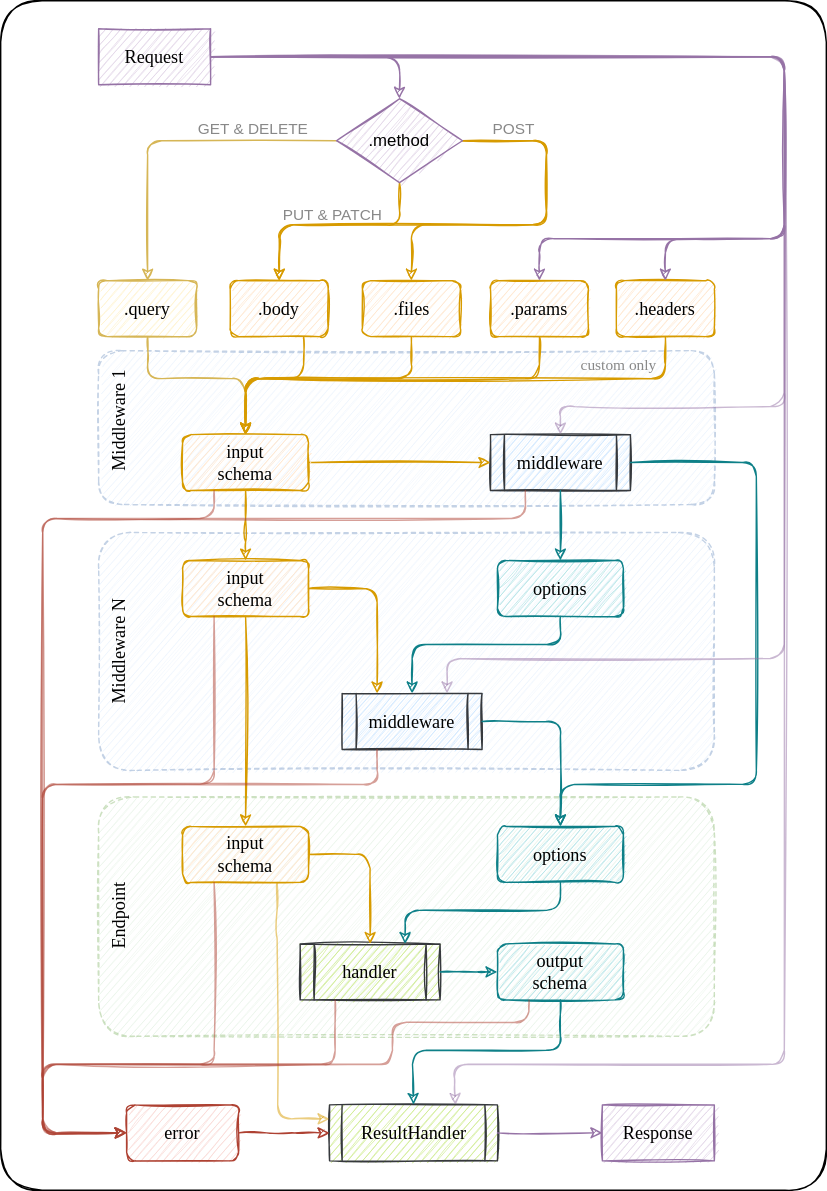
RobinTail/express-zod-api keeps this draw.io diagram as dataflow.svg. Above is the earlier version. Source tidied: cells renumbered, new cells last; positions are measured from the earlier drawing's top-left corner, leaving out a move shared by most shapes.
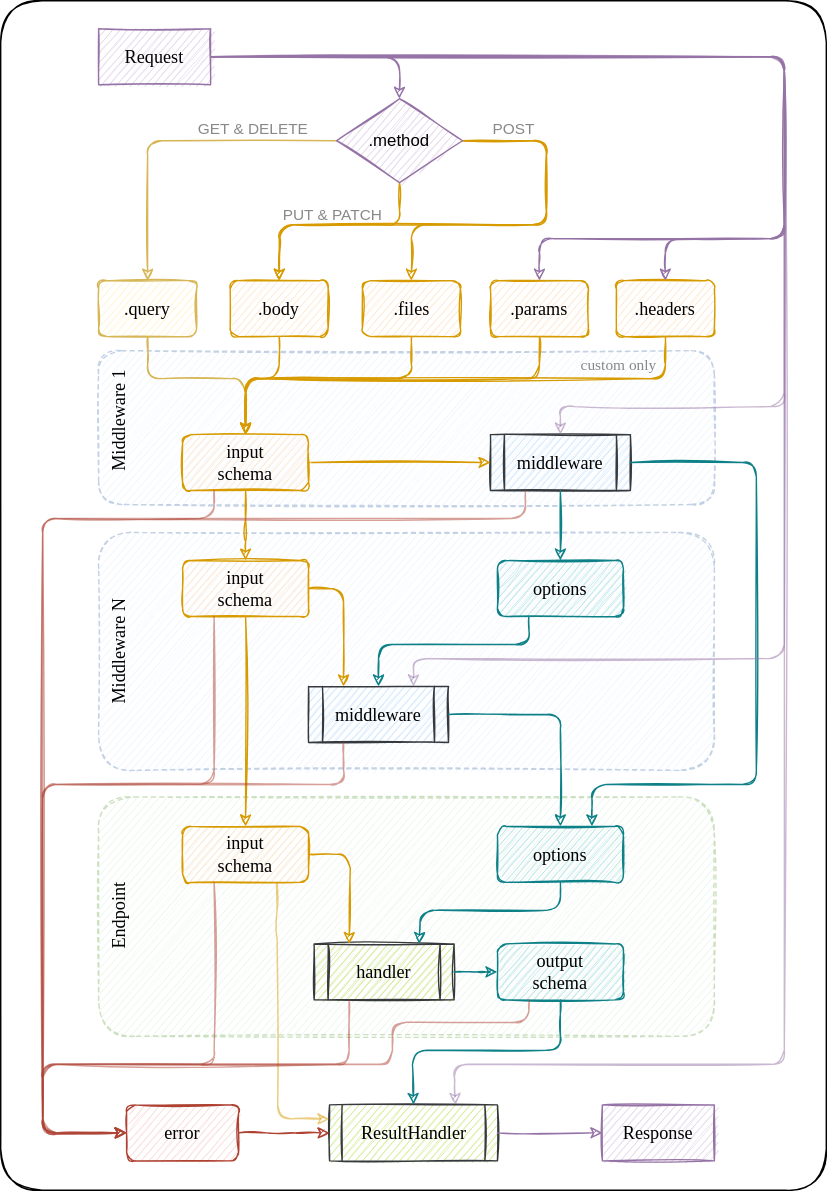
Above is the later version.

Commit message:
Fixing arrangement on the diagram

The edit, as a diff of the source:
```diff
@@ -18,7 +18,7 @@
       <mxGeometry x="285" y="105" width="90" height="40" as="geometry" />
     </mxCell>
     <mxCell id="7" value="handler" style="shape=process;backgroundOutline=1;fillColor=#cdeb8b;strokeColor=#36393d;sketch=1;fontFamily=Tahoma;fontStyle=0;fontSize=13;spacingTop=0;spacing=2;html=1;whiteSpace=wrap;labelBackgroundColor=none;disableMultiStroke=0;disableMultiStrokeFill=0;sketchStyle=rough;spacingBottom=0;" parent="3" vertex="1">
-      <mxGeometry x="144" y="105" width="100" height="40" as="geometry" />
+      <mxGeometry x="154" y="105" width="100" height="40" as="geometry" />
     </mxCell>
     <mxCell id="8" style="endArrow=classic;jumpStyle=none;orthogonal=0;comic=0;rounded=1;edgeStyle=orthogonalEdgeStyle;exitX=1;exitY=0.5;exitDx=0;exitDy=0;entryX=0;entryY=0.5;entryDx=0;entryDy=0;fillColor=#b0e3e6;strokeColor=#0e8088;sketch=1;fontFamily=Tahoma;fontStyle=0;fontSize=13;spacingTop=0;spacing=2;html=1;labelBackgroundColor=none;disableMultiStroke=0;disableMultiStrokeFill=0;sketchStyle=rough;spacingBottom=0;" parent="3" edge="1" source="7" target="6">
       <mxGeometry relative="1" as="geometry">
@@ -28,10 +28,10 @@
         </Array>
       </mxGeometry>
     </mxCell>
-    <mxCell id="9" style="endArrow=classic;jumpStyle=none;orthogonal=0;comic=0;rounded=1;edgeStyle=orthogonalEdgeStyle;exitX=1;exitY=0.5;exitDx=0;exitDy=0;fillColor=#ffe6cc;strokeColor=#d79b00;entryX=0.5;entryY=0;entryDx=0;entryDy=0;sketch=1;fontFamily=Tahoma;fontStyle=0;fontSize=13;spacingTop=0;spacing=2;html=1;labelBackgroundColor=none;disableMultiStroke=0;disableMultiStrokeFill=0;sketchStyle=rough;spacingBottom=0;" parent="3" edge="1" source="5" target="7">
+    <mxCell id="9" style="endArrow=classic;jumpStyle=none;orthogonal=0;comic=0;rounded=1;edgeStyle=orthogonalEdgeStyle;exitX=1;exitY=0.5;exitDx=0;exitDy=0;fillColor=#ffe6cc;strokeColor=#d79b00;entryX=0.25;entryY=0;entryDx=0;entryDy=0;sketch=1;fontFamily=Tahoma;fontStyle=0;fontSize=13;spacingTop=0;spacing=2;html=1;labelBackgroundColor=none;disableMultiStroke=0;disableMultiStrokeFill=0;sketchStyle=rough;spacingBottom=0;" parent="3" edge="1" source="5" target="7">
       <mxGeometry relative="1" as="geometry">
         <Array as="points">
-          <mxPoint x="194" y="41" />
+          <mxPoint x="180" y="41" />
         </Array>
       </mxGeometry>
     </mxCell>
@@ -39,7 +39,7 @@
       <mxGeometry relative="1" as="geometry">
         <Array as="points">
           <mxPoint x="330" y="81" />
-          <mxPoint x="219" y="81" />
+          <mxPoint x="230" y="81" />
         </Array>
       </mxGeometry>
     </mxCell>
@@ -50,13 +50,13 @@
       <mxGeometry x="285" y="20" width="90" height="40" as="geometry" />
     </mxCell>
     <mxCell id="13" value="middleware" style="shape=process;backgroundOutline=1;fillColor=#cce5ff;strokeColor=#36393d;sketch=1;fontFamily=Tahoma;fontStyle=0;fontSize=13;spacingTop=0;spacing=2;html=1;whiteSpace=wrap;labelBackgroundColor=none;disableMultiStroke=0;disableMultiStrokeFill=0;sketchStyle=rough;spacingBottom=0;" parent="11" vertex="1">
-      <mxGeometry x="174" y="115" width="100" height="40" as="geometry" />
+      <mxGeometry x="150" y="110" width="100" height="40" as="geometry" />
     </mxCell>
-    <mxCell id="14" style="endArrow=classic;jumpStyle=none;orthogonal=0;comic=0;rounded=1;edgeStyle=orthogonalEdgeStyle;exitX=0.5;exitY=1;exitDx=0;exitDy=0;entryX=0.5;entryY=0;entryDx=0;entryDy=0;fillColor=#b0e3e6;strokeColor=#0e8088;sketch=1;fontFamily=Tahoma;fontStyle=0;fontSize=13;spacingTop=0;spacing=2;html=1;labelBackgroundColor=none;disableMultiStroke=0;disableMultiStrokeFill=0;sketchStyle=rough;spacingBottom=0;" parent="11" edge="1" source="12" target="13">
+    <mxCell id="14" style="endArrow=classic;jumpStyle=none;orthogonal=0;comic=0;rounded=1;edgeStyle=orthogonalEdgeStyle;exitX=0.25;exitY=1;exitDx=0;exitDy=0;entryX=0.5;entryY=0;entryDx=0;entryDy=0;fillColor=#b0e3e6;strokeColor=#0e8088;sketch=1;fontFamily=Tahoma;fontStyle=0;fontSize=13;spacingTop=0;spacing=2;html=1;labelBackgroundColor=none;disableMultiStroke=0;disableMultiStrokeFill=0;sketchStyle=rough;spacingBottom=0;" parent="11" edge="1" source="12" target="13">
       <mxGeometry relative="1" as="geometry">
         <Array as="points">
-          <mxPoint x="330" y="80" />
-          <mxPoint x="224" y="80" />
+          <mxPoint x="308" y="80" />
+          <mxPoint x="200" y="80" />
         </Array>
       </mxGeometry>
     </mxCell>
@@ -66,7 +66,7 @@
     <mxCell id="16" style="endArrow=classic;jumpStyle=none;orthogonal=0;comic=0;rounded=1;edgeStyle=orthogonalEdgeStyle;exitX=1;exitY=0.5;exitDx=0;exitDy=0;fillColor=#ffe6cc;strokeColor=#d79b00;entryX=0.25;entryY=0;entryDx=0;entryDy=0;sketch=1;fontFamily=Tahoma;fontStyle=0;fontSize=13;spacingTop=0;spacing=2;html=1;labelBackgroundColor=none;disableMultiStroke=0;disableMultiStrokeFill=0;sketchStyle=rough;spacingBottom=0;" parent="11" edge="1" source="15" target="13">
       <mxGeometry relative="1" as="geometry">
         <Array as="points">
-          <mxPoint x="199" y="40" />
+          <mxPoint x="175" y="40" />
         </Array>
       </mxGeometry>
     </mxCell>
@@ -99,19 +99,19 @@
         </Array>
       </mxGeometry>
     </mxCell>
-    <mxCell id="25" style="endArrow=classic;jumpStyle=none;orthogonal=0;comic=0;rounded=1;edgeStyle=orthogonalEdgeStyle;exitX=1;exitY=0.5;exitDx=0;exitDy=0;fillColor=#b0e3e6;strokeColor=#0e8088;entryX=0.5;entryY=0;entryDx=0;entryDy=0;sketch=1;fontFamily=Tahoma;fontStyle=0;fontSize=13;spacingTop=0;spacing=2;html=1;labelBackgroundColor=none;disableMultiStroke=0;disableMultiStrokeFill=0;sketchStyle=rough;spacingBottom=0;" parent="1" edge="1" source="18" target="4">
+    <mxCell id="25" style="endArrow=classic;jumpStyle=none;orthogonal=0;comic=0;rounded=1;edgeStyle=orthogonalEdgeStyle;exitX=1;exitY=0.5;exitDx=0;exitDy=0;fillColor=#b0e3e6;strokeColor=#0e8088;entryX=0.75;entryY=0;entryDx=0;entryDy=0;sketch=1;fontFamily=Tahoma;fontStyle=0;fontSize=13;spacingTop=0;spacing=2;html=1;labelBackgroundColor=none;disableMultiStroke=0;disableMultiStrokeFill=0;sketchStyle=rough;spacingBottom=0;" parent="1" edge="1" source="18" target="4">
       <mxGeometry relative="1" as="geometry">
         <Array as="points">
           <mxPoint x="540" y="330" />
           <mxPoint x="540" y="560" />
-          <mxPoint x="400" y="560" />
+          <mxPoint x="423" y="560" />
         </Array>
       </mxGeometry>
     </mxCell>
     <mxCell id="26" style="endArrow=classic;jumpStyle=none;orthogonal=0;comic=0;rounded=1;edgeStyle=orthogonalEdgeStyle;fillColor=#b0e3e6;strokeColor=#0e8088;exitX=1;exitY=0.5;exitDx=0;exitDy=0;entryX=0.5;entryY=0;entryDx=0;entryDy=0;sketch=1;fontFamily=Tahoma;fontStyle=0;fontSize=13;spacingTop=0;spacing=2;html=1;labelBackgroundColor=none;disableMultiStroke=0;disableMultiStrokeFill=0;sketchStyle=rough;spacingBottom=0;" parent="1" edge="1" source="13" target="4">
       <mxGeometry relative="1" as="geometry">
         <Array as="points">
-          <mxPoint x="400" y="515" />
+          <mxPoint x="400" y="510" />
         </Array>
       </mxGeometry>
     </mxCell>
@@ -135,7 +135,7 @@
         <Array as="points">
           <mxPoint x="560" y="40" />
           <mxPoint x="560" y="470" />
-          <mxPoint x="319" y="470" />
+          <mxPoint x="295" y="470" />
         </Array>
       </mxGeometry>
     </mxCell>
@@ -196,16 +196,16 @@
     <mxCell id="40" style="endArrow=classic;jumpStyle=none;orthogonal=0;comic=0;rounded=1;edgeStyle=orthogonalEdgeStyle;exitX=0.25;exitY=1;exitDx=0;exitDy=0;fillColor=#fad9d5;strokeColor=#ae4132;entryX=0;entryY=0.5;entryDx=0;entryDy=0;sketch=1;opacity=50;fontFamily=Tahoma;fontStyle=0;fontSize=13;spacingTop=0;spacing=2;html=1;labelBackgroundColor=none;disableMultiStroke=0;disableMultiStrokeFill=0;sketchStyle=rough;spacingBottom=0;" parent="1" edge="1" source="13" target="37">
       <mxGeometry relative="1" as="geometry">
         <Array as="points">
-          <mxPoint x="269" y="560" />
+          <mxPoint x="245" y="560" />
           <mxPoint x="30" y="560" />
-          <mxPoint x="30" y="810" />
+          <mxPoint x="30" y="809" />
         </Array>
       </mxGeometry>
     </mxCell>
     <mxCell id="41" style="endArrow=classic;jumpStyle=none;orthogonal=0;comic=0;rounded=1;edgeStyle=orthogonalEdgeStyle;exitX=0.25;exitY=1;exitDx=0;exitDy=0;fillColor=#fad9d5;strokeColor=#ae4132;entryX=0;entryY=0.5;entryDx=0;entryDy=0;sketch=1;opacity=50;fontFamily=Tahoma;fontStyle=0;fontSize=13;spacingTop=0;spacing=2;html=1;labelBackgroundColor=none;disableMultiStroke=0;disableMultiStrokeFill=0;sketchStyle=rough;spacingBottom=0;" parent="1" edge="1" source="7" target="37">
       <mxGeometry relative="1" as="geometry">
         <Array as="points">
-          <mxPoint x="239" y="760" />
+          <mxPoint x="249" y="760" />
           <mxPoint x="30" y="760" />
           <mxPoint x="30" y="809" />
         </Array>
@@ -253,10 +253,10 @@
         </Array>
       </mxGeometry>
     </mxCell>
-    <mxCell id="48" style="endArrow=classic;jumpStyle=none;orthogonal=0;comic=0;rounded=1;edgeStyle=orthogonalEdgeStyle;exitX=0.75;exitY=1;exitDx=0;exitDy=0;entryX=0.5;entryY=0;entryDx=0;entryDy=0;fillColor=#ffe6cc;strokeColor=#d79b00;sketch=1;fontFamily=Tahoma;fontStyle=0;fontSize=13;spacingTop=0;spacing=2;html=1;labelBackgroundColor=none;disableMultiStroke=0;disableMultiStrokeFill=0;sketchStyle=rough;spacingBottom=0;" parent="1" edge="1" source="23" target="20">
+    <mxCell id="48" style="endArrow=classic;jumpStyle=none;orthogonal=0;comic=0;rounded=1;edgeStyle=orthogonalEdgeStyle;exitX=0.5;exitY=1;exitDx=0;exitDy=0;entryX=0.5;entryY=0;entryDx=0;entryDy=0;fillColor=#ffe6cc;strokeColor=#d79b00;sketch=1;fontFamily=Tahoma;fontStyle=0;fontSize=13;spacingTop=0;spacing=2;html=1;labelBackgroundColor=none;disableMultiStroke=0;disableMultiStrokeFill=0;sketchStyle=rough;spacingBottom=0;" parent="1" edge="1" source="23" target="20">
       <mxGeometry relative="1" as="geometry">
         <Array as="points">
-          <mxPoint x="217" y="270" />
+          <mxPoint x="199" y="270" />
           <mxPoint x="175" y="270" />
         </Array>
       </mxGeometry>
```
